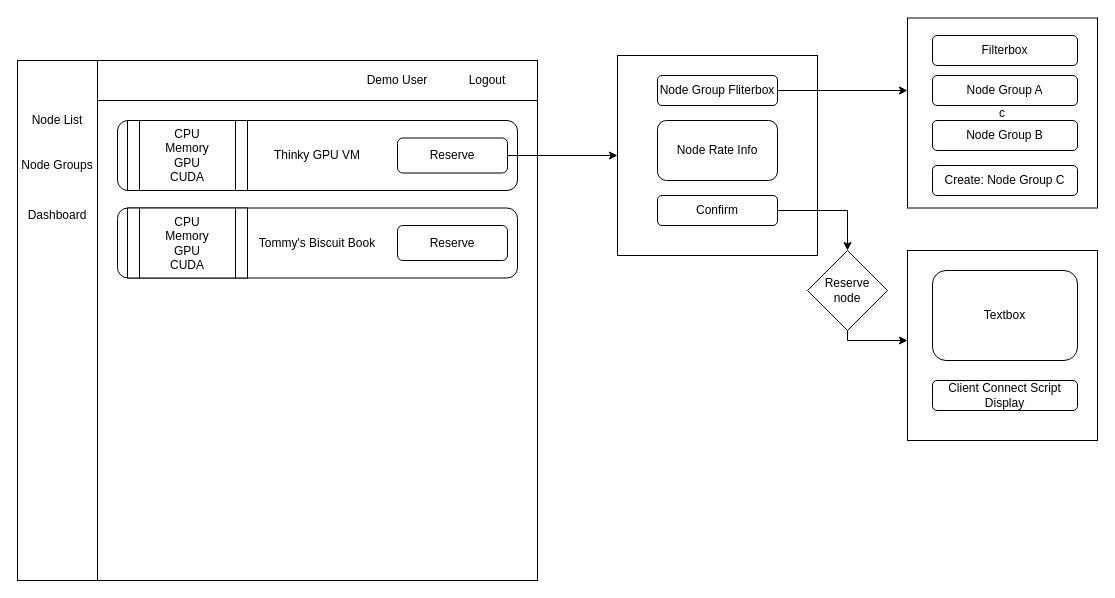
The draw.io diagram page "UI - Node List" (6 of 7) of flophub.drawio in flophub/docs, before the edit. Source tidied: cells renumbered, new cells numbered last; positions are measured from the earlier drawing's top-left corner, leaving out a move shared by most shapes. Both pictures are drawn from the tidied source at 100%, with x=0, y=0 at pixel (17, 18).
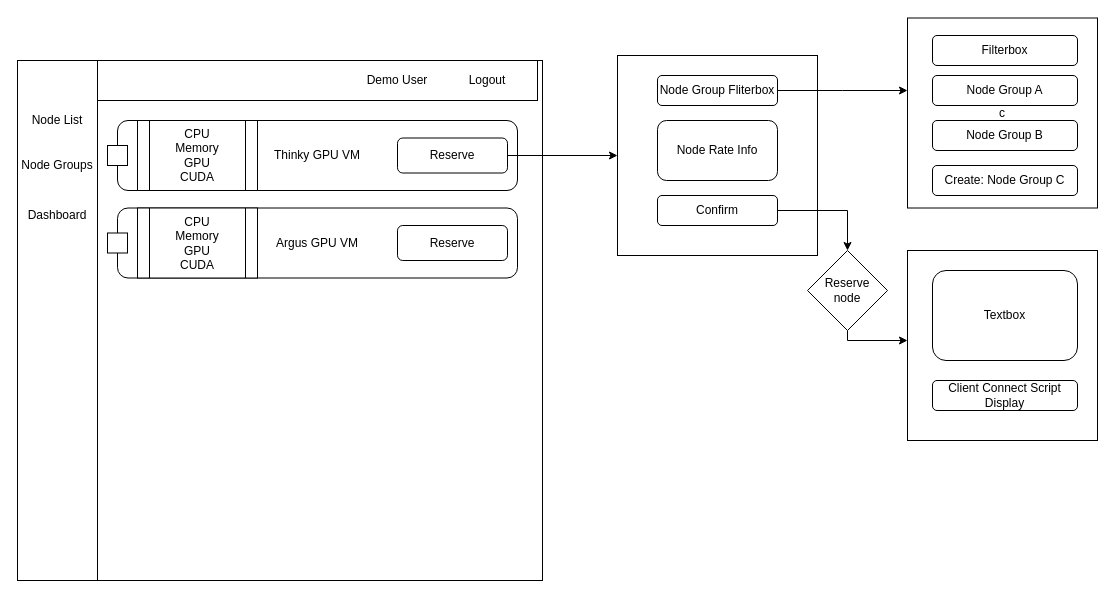
The same diagram, later.

Diff of the diagram source:
```diff
@@
     <mxCell id="2" style="whiteSpace=wrap;html=1;" parent="1" vertex="1">
-      <mxGeometry y="42" width="520" height="520" as="geometry" />
+      <mxGeometry x="5" y="42" width="520" height="520" as="geometry" />
     </mxCell>
@@
     <mxCell id="11" value="&lt;div&gt;CPU&lt;/div&gt;&lt;div&gt;Memory&lt;/div&gt;&lt;div&gt;GPU&lt;/div&gt;&lt;div&gt;CUDA&lt;br&gt;&lt;/div&gt;" style="shape=process;whiteSpace=wrap;html=1;backgroundOutline=1;" parent="1" vertex="1">
-      <mxGeometry x="110" y="102" width="120" height="70" as="geometry" />
+      <mxGeometry x="120" y="102" width="120" height="70" as="geometry" />
     </mxCell>
@@
-    <mxCell id="25" value="Tommy's Biscuit Book" style="rounded=1;whiteSpace=wrap;html=1;" parent="1" vertex="1">
+    <mxCell id="25" value="Argus GPU VM" style="rounded=1;whiteSpace=wrap;html=1;" parent="1" vertex="1">
       <mxGeometry x="100" y="189.5" width="400" height="70" as="geometry" />
     </mxCell>
     <mxCell id="26" value="&lt;div&gt;CPU&lt;/div&gt;&lt;div&gt;Memory&lt;/div&gt;&lt;div&gt;GPU&lt;/div&gt;&lt;div&gt;CUDA&lt;br&gt;&lt;/div&gt;" style="shape=process;whiteSpace=wrap;html=1;backgroundOutline=1;" parent="1" vertex="1">
-      <mxGeometry x="110" y="189.5" width="120" height="70" as="geometry" />
+      <mxGeometry x="120" y="189.5" width="120" height="70" as="geometry" />
     </mxCell>
@@
+    <mxCell id="33" style="whiteSpace=wrap;html=1;" parent="1" vertex="1">
+      <mxGeometry x="90" y="127" width="20" height="20" as="geometry" />
+    </mxCell>
+    <mxCell id="34" style="whiteSpace=wrap;html=1;" parent="1" vertex="1">
+      <mxGeometry x="90" y="214.5" width="20" height="20" as="geometry" />
+    </mxCell>
```
